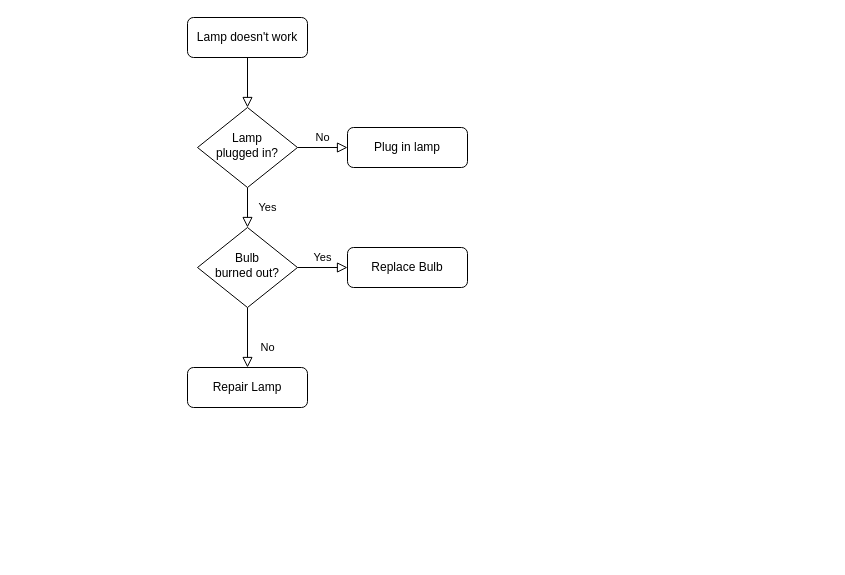
Before: 20230712注册流程.drawio in Navven/Img, a draw.io diagram. Source tidied: cells renumbered, new cells numbered last; positions are measured from the earlier drawing's top-left corner, leaving out a move shared by most shapes. Both pictures are drawn from the tidied source at 100%, with x=0, y=0 at pixel (187, 17).
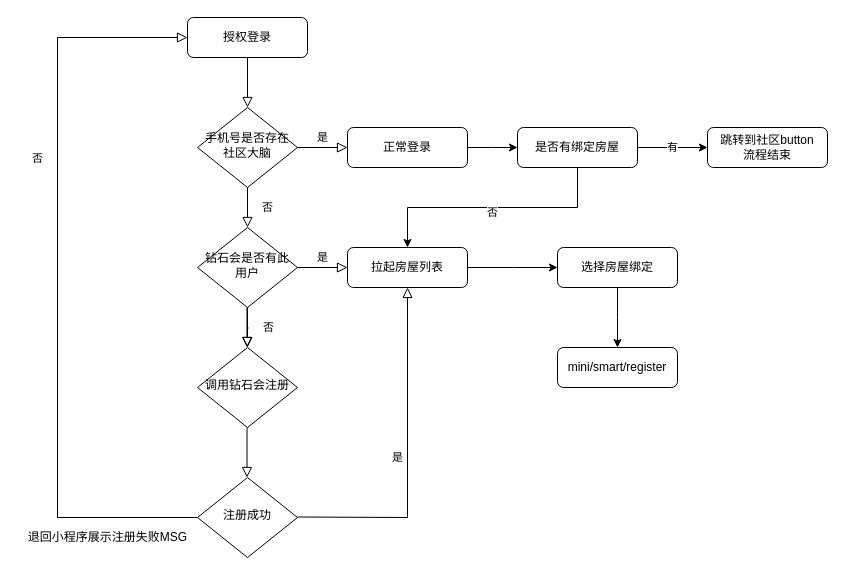
After the change.

Commit message:
更新20230712注册流程.drawio

Change to the diagram source:
```diff
@@
-    <mxCell id="3" value="Lamp doesn't work" style="rounded=1;whiteSpace=wrap;html=1;fontSize=12;glass=0;strokeWidth=1;shadow=0;" parent="1" vertex="1">
+    <mxCell id="3" value="授权登录" style="rounded=1;whiteSpace=wrap;html=1;fontSize=12;glass=0;strokeWidth=1;shadow=0;" parent="1" vertex="1">
       <mxGeometry width="120" height="40" as="geometry" />
     </mxCell>
-    <mxCell id="4" value="Yes" style="rounded=0;html=1;jettySize=auto;fontSize=11;endArrow=block;endFill=0;endSize=8;strokeWidth=1;shadow=0;labelBackgroundColor=none;edgeStyle=orthogonalEdgeStyle;" parent="1" edge="1" source="6" target="10">
+    <mxCell id="4" value="否" style="rounded=0;html=1;jettySize=auto;fontSize=11;endArrow=block;endFill=0;endSize=8;strokeWidth=1;shadow=0;labelBackgroundColor=none;edgeStyle=orthogonalEdgeStyle;" parent="1" edge="1" source="6" target="10">
       <mxGeometry y="20" relative="1" as="geometry" />
     </mxCell>
-    <mxCell id="5" value="No" style="edgeStyle=orthogonalEdgeStyle;rounded=0;html=1;jettySize=auto;fontSize=11;endArrow=block;endFill=0;endSize=8;strokeWidth=1;shadow=0;labelBackgroundColor=none;" parent="1" edge="1" source="6" target="7">
+    <mxCell id="5" value="是" style="edgeStyle=orthogonalEdgeStyle;rounded=0;html=1;jettySize=auto;fontSize=11;endArrow=block;endFill=0;endSize=8;strokeWidth=1;shadow=0;labelBackgroundColor=none;" parent="1" edge="1" source="6" target="7">
       <mxGeometry y="10" relative="1" as="geometry" />
     </mxCell>
-    <mxCell id="6" value="Lamp&lt;br&gt;plugged in?" style="rhombus;whiteSpace=wrap;html=1;shadow=0;fontFamily=Helvetica;fontSize=12;align=center;strokeWidth=1;spacing=6;spacingTop=-4;" parent="1" vertex="1">
+    <mxCell id="6" value="手机号是否存在社区大脑" style="rhombus;whiteSpace=wrap;html=1;shadow=0;fontFamily=Helvetica;fontSize=12;align=center;strokeWidth=1;spacing=6;spacingTop=-4;" parent="1" vertex="1">
       <mxGeometry x="10" y="90" width="100" height="80" as="geometry" />
     </mxCell>
+    <mxCell id="13" style="edgeStyle=orthogonalEdgeStyle;rounded=0;jettySize=auto;html=1;exitX=1;exitY=0.5;exitDx=0;exitDy=0;" parent="1" edge="1" source="7">
+      <mxGeometry relative="1" as="geometry">
+        <mxPoint x="330" y="130" as="targetPoint" />
+      </mxGeometry>
+    </mxCell>
-    <mxCell id="7" value="Plug in lamp" style="rounded=1;whiteSpace=wrap;html=1;fontSize=12;glass=0;strokeWidth=1;shadow=0;" parent="1" vertex="1">
+    <mxCell id="7" value="正常登录" style="rounded=1;whiteSpace=wrap;html=1;fontSize=12;glass=0;strokeWidth=1;shadow=0;" parent="1" vertex="1">
       <mxGeometry x="160" y="110" width="120" height="40" as="geometry" />
     </mxCell>
-    <mxCell id="8" value="No" style="rounded=0;html=1;jettySize=auto;fontSize=11;endArrow=block;endFill=0;endSize=8;strokeWidth=1;shadow=0;labelBackgroundColor=none;edgeStyle=orthogonalEdgeStyle;" parent="1" edge="1" source="10" target="11">
-      <mxGeometry x="0.33" y="20" relative="1" as="geometry" />
+    <mxCell id="8" value="否" style="rounded=0;html=1;jettySize=auto;fontSize=11;endArrow=block;endFill=0;endSize=8;strokeWidth=1;shadow=0;labelBackgroundColor=none;edgeStyle=orthogonalEdgeStyle;exitX=0;exitY=0.5;exitDx=0;exitDy=0;entryX=0;entryY=0.5;entryDx=0;entryDy=0;" parent="1" edge="1" source="19" target="3">
+      <mxGeometry x="0.33" y="20" relative="1" as="geometry">
+        <Array as="points">
+          <mxPoint x="-130" y="500" />
+          <mxPoint x="-130" y="20" />
+        </Array>
+      </mxGeometry>
     </mxCell>
-    <mxCell id="9" value="Yes" style="edgeStyle=orthogonalEdgeStyle;rounded=0;html=1;jettySize=auto;fontSize=11;endArrow=block;endFill=0;endSize=8;strokeWidth=1;shadow=0;labelBackgroundColor=none;" parent="1" edge="1" source="10" target="12">
+    <mxCell id="9" value="是" style="edgeStyle=orthogonalEdgeStyle;rounded=0;html=1;jettySize=auto;fontSize=11;endArrow=block;endFill=0;endSize=8;strokeWidth=1;shadow=0;labelBackgroundColor=none;" parent="1" edge="1" source="10" target="12">
       <mxGeometry y="10" relative="1" as="geometry" />
     </mxCell>
-    <mxCell id="10" value="Bulb&lt;br&gt;burned out?" style="rhombus;whiteSpace=wrap;html=1;shadow=0;fontFamily=Helvetica;fontSize=12;align=center;strokeWidth=1;spacing=6;spacingTop=-4;" parent="1" vertex="1">
+    <mxCell id="10" value="钻石会是否有此用户" style="rhombus;whiteSpace=wrap;html=1;shadow=0;fontFamily=Helvetica;fontSize=12;align=center;strokeWidth=1;spacing=6;spacingTop=-4;" parent="1" vertex="1">
       <mxGeometry x="10" y="210" width="100" height="80" as="geometry" />
     </mxCell>
-    <mxCell id="11" value="Repair Lamp" style="rounded=1;whiteSpace=wrap;html=1;fontSize=12;glass=0;strokeWidth=1;shadow=0;" parent="1" vertex="1">
-      <mxGeometry y="350" width="120" height="40" as="geometry" />
-    </mxCell>
+    <mxCell id="14" style="edgeStyle=orthogonalEdgeStyle;rounded=0;jettySize=auto;html=1;exitX=1;exitY=0.5;exitDx=0;exitDy=0;" parent="1" edge="1" source="12">
+      <mxGeometry relative="1" as="geometry">
+        <mxPoint x="370" y="250" as="targetPoint" />
+      </mxGeometry>
+    </mxCell>
-    <mxCell id="12" value="Replace Bulb" style="rounded=1;whiteSpace=wrap;html=1;fontSize=12;glass=0;strokeWidth=1;shadow=0;" parent="1" vertex="1">
+    <mxCell id="12" value="拉起房屋列表" style="rounded=1;whiteSpace=wrap;html=1;fontSize=12;glass=0;strokeWidth=1;shadow=0;" parent="1" vertex="1">
       <mxGeometry x="160" y="230" width="120" height="40" as="geometry" />
     </mxCell>
+    <mxCell id="15" value="否" style="rounded=0;html=1;jettySize=auto;orthogonalLoop=1;fontSize=11;endArrow=block;endFill=0;endSize=8;strokeWidth=1;shadow=0;labelBackgroundColor=none;edgeStyle=orthogonalEdgeStyle;" parent="1" edge="1">
+      <mxGeometry x="0.05" y="-19" relative="1" as="geometry">
+        <mxPoint x="59.5" y="290" as="sourcePoint" />
+        <mxPoint x="59.5" y="330" as="targetPoint" />
+        <Array as="points">
+          <mxPoint x="59.5" y="311" />
+          <mxPoint x="60.5" y="311" />
+          <mxPoint x="60.5" y="310" />
+          <mxPoint x="59.5" y="310" />
+        </Array>
+        <mxPoint x="20" y="19" as="offset" />
+      </mxGeometry>
+    </mxCell>
+    <mxCell id="16" style="rounded=0;html=1;jettySize=auto;fontSize=11;endArrow=block;endFill=0;endSize=8;strokeWidth=1;shadow=0;labelBackgroundColor=none;edgeStyle=orthogonalEdgeStyle;" parent="1" edge="1" source="10" target="17">
+      <mxGeometry x="0.33" y="20" relative="1" as="geometry" />
+    </mxCell>
+    <mxCell id="17" value="调用钻石会注册" style="rhombus;whiteSpace=wrap;html=1;shadow=0;fontFamily=Helvetica;fontSize=12;align=center;strokeWidth=1;spacing=6;spacingTop=-4;" parent="1" vertex="1">
+      <mxGeometry x="10" y="330" width="100" height="80" as="geometry" />
+    </mxCell>
+    <mxCell id="18" style="rounded=0;html=1;jettySize=auto;orthogonalLoop=1;fontSize=11;endArrow=block;endFill=0;endSize=8;strokeWidth=1;shadow=0;labelBackgroundColor=none;edgeStyle=orthogonalEdgeStyle;" parent="1" edge="1">
+      <mxGeometry relative="1" as="geometry">
+        <mxPoint x="59.5" y="410" as="sourcePoint" />
+        <mxPoint x="59.5" y="460" as="targetPoint" />
+      </mxGeometry>
+    </mxCell>
+    <mxCell id="19" value="注册成功" style="rhombus;whiteSpace=wrap;html=1;shadow=0;fontFamily=Helvetica;fontSize=12;align=center;strokeWidth=1;spacing=6;spacingTop=-4;" parent="1" vertex="1">
+      <mxGeometry x="10" y="460" width="100" height="80" as="geometry" />
+    </mxCell>
+    <mxCell id="20" value="是" style="edgeStyle=orthogonalEdgeStyle;rounded=0;html=1;jettySize=auto;fontSize=11;endArrow=block;endFill=0;endSize=8;strokeWidth=1;shadow=0;labelBackgroundColor=none;entryX=0.5;entryY=1;entryDx=0;entryDy=0;" parent="1" edge="1" target="12">
+      <mxGeometry y="10" relative="1" as="geometry">
+        <mxPoint x="110" y="499.5" as="sourcePoint" />
+      </mxGeometry>
+    </mxCell>
+    <mxCell id="21" value="退回小程序展示注册失败MSG" style="text;html=1;align=center;verticalAlign=middle;strokeColor=none;fillColor=none;" parent="1" vertex="1">
+      <mxGeometry x="-170" y="505" width="180" height="30" as="geometry" />
+    </mxCell>
+    <mxCell id="22" style="edgeStyle=orthogonalEdgeStyle;rounded=0;jettySize=auto;html=1;exitX=0.5;exitY=1;exitDx=0;exitDy=0;" parent="1" edge="1" source="23">
+      <mxGeometry relative="1" as="geometry">
+        <mxPoint x="430" y="330" as="targetPoint" />
+      </mxGeometry>
+    </mxCell>
+    <mxCell id="23" value="选择房屋绑定" style="rounded=1;whiteSpace=wrap;html=1;fontSize=12;glass=0;strokeWidth=1;shadow=0;" parent="1" vertex="1">
+      <mxGeometry x="370" y="230" width="120" height="40" as="geometry" />
+    </mxCell>
+    <mxCell id="24" value="mini/smart/register" style="rounded=1;whiteSpace=wrap;html=1;fontSize=12;glass=0;strokeWidth=1;shadow=0;" parent="1" vertex="1">
+      <mxGeometry x="370" y="330" width="120" height="40" as="geometry" />
+    </mxCell>
+    <mxCell id="25" style="edgeStyle=orthogonalEdgeStyle;rounded=0;jettySize=auto;html=1;exitX=0.5;exitY=1;exitDx=0;exitDy=0;entryX=0.5;entryY=0;entryDx=0;entryDy=0;" parent="1" edge="1" source="29" target="12">
+      <mxGeometry relative="1" as="geometry" />
+    </mxCell>
+    <mxCell id="26" value="否" style="edgeLabel;html=1;align=center;verticalAlign=middle;" parent="25" vertex="1">
+      <mxGeometry x="0.01" y="4" relative="1" as="geometry" />
+    </mxCell>
+    <mxCell id="27" style="edgeStyle=orthogonalEdgeStyle;rounded=0;jettySize=auto;html=1;exitX=1;exitY=0.5;exitDx=0;exitDy=0;" parent="1" edge="1" source="29">
+      <mxGeometry relative="1" as="geometry">
+        <mxPoint x="520" y="130" as="targetPoint" />
+      </mxGeometry>
+    </mxCell>
+    <mxCell id="28" value="有" style="edgeLabel;html=1;align=center;verticalAlign=middle;" parent="27" vertex="1">
+      <mxGeometry x="-0.04" y="1" relative="1" as="geometry" />
+    </mxCell>
+    <mxCell id="29" value="是否有绑定房屋" style="rounded=1;whiteSpace=wrap;html=1;fontSize=12;glass=0;strokeWidth=1;shadow=0;" parent="1" vertex="1">
+      <mxGeometry x="330" y="110" width="120" height="40" as="geometry" />
+    </mxCell>
+    <mxCell id="30" value="跳转到社区button&lt;br&gt;流程结束" style="rounded=1;whiteSpace=wrap;html=1;fontSize=12;glass=0;strokeWidth=1;shadow=0;" parent="1" vertex="1">
+      <mxGeometry x="520" y="110" width="120" height="40" as="geometry" />
+    </mxCell>
```
